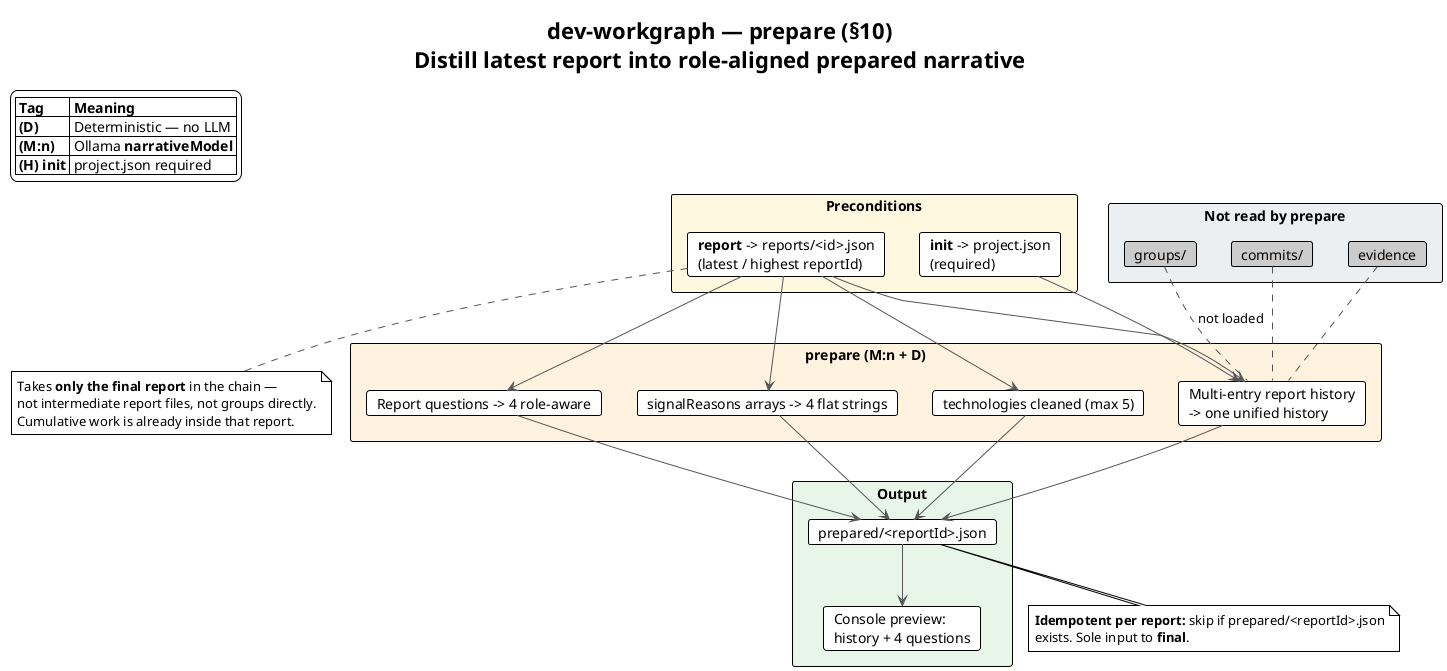
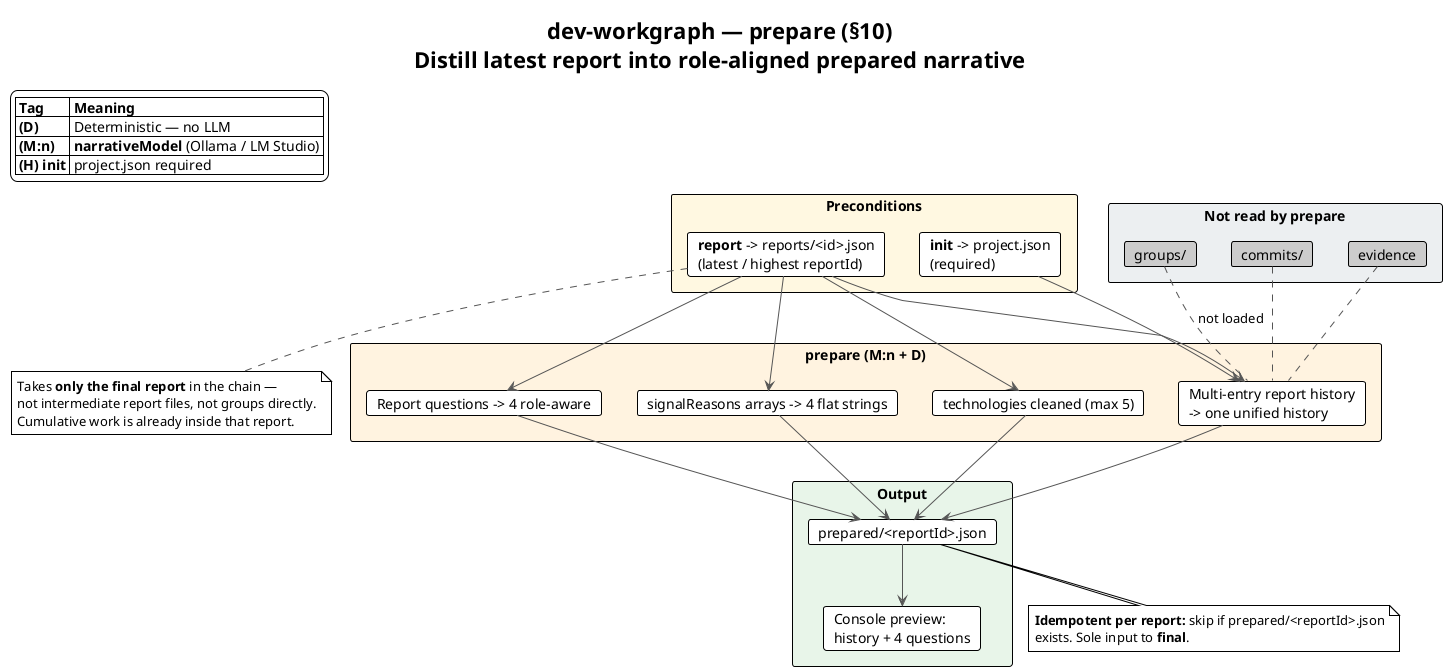
@startuml prepare-overview
!theme plain
skinparam shadowing false
skinparam ArrowColor #555555

title dev-workgraph — **prepare** (§10)\nDistill **latest report** into role-aligned prepared narrative

legend top left
  |= Tag |= Meaning |
  | **(D)** | Deterministic — no LLM |
-   | **(M:n)** | Ollama **narrativeModel** |
+   | **(M:n)** | **narrativeModel** (Ollama / LM Studio) |
  | **(H) init** | project.json required |
endlegend

rectangle "**Preconditions**" #FFF8E1 {
  card "**init** -> project.json\n(required)" as INIT
  card "**report** -> reports/<id>.json\n(latest / highest reportId)" as REP
}

rectangle "**Not read by prepare**" #ECEFF1 {
  card "groups/" as G #CCCCCC
  card "commits/" as C #CCCCCC
  card "evidence" as E #CCCCCC
}

rectangle "**prepare (M:n + D)**" #FFF3E0 {
  card "Multi-entry report history\n-> one unified history" as H
  card "Report questions -> 4 role-aware" as Q
  card "signalReasons arrays -> 4 flat strings" as R
  card "technologies cleaned (max 5)" as T
}

rectangle "**Output**" #E8F5E9 {
  card "prepared/<reportId>.json" as OUT
  card "Console preview:\nhistory + 4 questions" as PREV
}

INIT --> H
REP --> H
REP --> Q
REP --> R
REP --> T
H --> OUT
Q --> OUT
R --> OUT
T --> OUT
OUT --> PREV

G .. H : not loaded
C .. H
E .. H

note bottom of REP
  Takes **only the final report** in the chain —
  not intermediate report files, not groups directly.
  Cumulative work is already inside that report.
end note

note bottom of OUT
  **Idempotent per report:** skip if prepared/<reportId>.json
  exists. Sole input to **final**.
end note

@enduml


@startuml prepare-command
!theme plain
skinparam shadowing false
skinparam ActivityBorderColor #888888
skinparam NoteBackgroundColor #FFF3E0

title **prepare** — Full command flow

start

:Require **project.json** (init);\nLoad latest **reports/<reportId>.json**;

if (No report?) then (yes)
  #Pink:Run **report** first;
  stop
else (no)
endif

if (prepared/<reportId>.json exists?) then (yes)
  :Skip (idempotent);
  stop
else (no)
endif

- :Pick **narrativeModel** (Ollama);
+ :Pick **narrativeModel**\n(Ollama / LM Studio);

:Build project context block from init;

partition "**Step 0 (D)** — rawHistory" {
  :Join report.history[].text\nnewline-separated;\n(not stored as final output);
}

partition "**[1/4] Compose history (M:n)**" {
  :Input: rawHistory + report signals + changeTypes\n+ project context;
  :Output: **one unified history** string;\nrole-aligned flowing prose;
}

partition "**[2/4] Clean technologies (M:n)**" {
  if (report.model.technologies non-empty?) then (yes)
    :Dedupe, collapse class hierarchy;\ncap at **5** most significant;
  else (no)
    :Skip;
  endif
}

partition "**[3/4] Collapse reasons (M:n)**" {
  :Input: report signalReasons arrays\n+ composed history;
  :Output: **exactly 4** flat signalReasons strings;\nmerge near-dups, drop upkeep noise;
}

partition "**[4/4] Reframe questions (M:n)**" {
  :Input: composed history + 4 reasons\n+ report.questionsAnalyses\n+ **prior finish Q&A**\n(latestFinish -> sourceQuestions\n+ question files)\n+ project context;
  :Output: **up to 4** new role-aware questions\n(do not repeat prior Q&A);\nre-assess **confidence**;
}

partition "**Copy from report (D)**" {
  :changeTypes, *Signal levels\nunchanged from report.model;
}

:Write prepared/<reportId>.json;

:Console preview: unified history,\ntechnologies, numbered questions;

#LightGreen:Ready for **final**;

stop

@enduml


@startuml prepare-report-link
!theme plain
skinparam shadowing false

title **prepare** <- **report** — what is taken from the final report

rectangle "**Latest report only**" #FFF8E1 {
  card "reports/<reportId>.json\n(highest reportId)" as R
}

rectangle "**Used from report**" #E3F2FD {
  component "history[] — all entry texts\n-> rawHistory (D concat)" as RH
  component "model.technical/architecture/security Signal\n(copied D)" as SIG
  component "model.changeTypes (copied D)" as CT
  component "model.signalReasons arrays\n-> collapsed to 4 (M:n)" as SR
  component "model.questions\n-> reframed to 4 (M:n)" as RQ
  component "model.technologies\n-> cleaned max 5 (M:n)" as RT
  component "model.confidence\n(re-assessed in step 4)" as CONF
  component "groupCount, reportId" as META
}

rectangle "**Dropped / not carried forward**" #ECEFF1 {
  card "report.deterministic" as D #CCCCCC
  card "historySource graph" as HS #CCCCCC
  card "hi/medium/lowContext tiers" as CTX #CCCCCC
  card "mergeCursor, mergedFrom" as MC #CCCCCC
  card "sourceGroups list" as SG #CCCCCC
}

rectangle "**Transformation**" #FFF3E0 {
  card "history[] (many entries)\n-> **one** history string" as ONE
  card "questions (many)\n-> **four** for final Q&A" as FOUR
}

R --> RH
R --> SIG
R --> CT
R --> SR
R --> RQ
R --> RT
R --> META
RH --> ONE
RQ --> FOUR

note bottom of ONE
  Report history stays bounded (mergeCursor compact).
  Prepare **rewrites** all entries into one coherent
  role-aligned narrative — not a mechanical join.
end note

note bottom of D
  Prepared record has **no deterministic layer** —
  interpretation for human review only.
  Provenance: sourceReport file name (no commit hashes).
end note

@enduml


@startuml prepare-steps-detail
!theme plain
skinparam shadowing false
skinparam NoteBackgroundColor #FFFDE7

title **prepare** — processing steps in detail

rectangle "**Inputs**" as IN {
  card "project.json\n(role, story, profile)" as PJ #FFF8E1
  card "latest report.model + history[]" as REP #E3F2FD
  card "finish/ latest + question files\n(prior Q&A via sourceQuestions)" as FIN #FCE4EC
}

rectangle "**Step 0 (D)**" as S0 #E8F5E9 {
  card "rawHistory = join(history[].text, newline)"
}

rectangle "**[1/4] History (M:n)**" as S1 #FFF3E0 {
  card "Single first-person **history**"
  card "Role + story aligned"
  card "De-emphasize routine upkeep"
  card "No overclaiming"
}

rectangle "**[2/4] Technologies (M:n)**" as S2 #FFF3E0 {
  card "Dedupe + canonical names"
  card "Collapse class hierarchy\n(e.g. JS under TS)"
  card "Max **5** significant items"
}

rectangle "**[3/4] signalReasons (M:n)**" as S3 #FFF3E0 {
  card "3 arrays -> **4 flat strings**"
  card "Merge near-duplicates"
  card "Drop minor upkeep reasons"
  card "Grounded in composed history"
}

rectangle "**[4/4] questions (M:n)**" as S4 #FFF3E0 {
  card "Report questionsAnalyses\n+ prior finish Q&A\n(resolve question files)\n-> **up to 4** new"
  card "Role-aware; skip story/README\n+ already-answered threads"
  card "Target what Git cannot know"
  card "**confidence** re-assessed"
}

rectangle "**Copy (D)**" as SC #E8F5E9 {
  card "changeTypes + *Signal levels\nfrom report unchanged"
}

rectangle "**Output PreparedRecord**" as OUT #E1F5FE {
  card "prepared/<reportId>.json"
}

PJ --> S1
PJ --> S3
PJ --> S4
REP --> S0
S0 --> S1
REP --> S2
S1 --> S3
S3 --> S4
REP --> SC
S1 --> OUT
S2 --> OUT
S3 --> OUT
S4 --> OUT
SC --> OUT

@enduml


@startuml prepare-record
!theme plain
skinparam shadowing false
skinparam classBackgroundColor #FAFAFA

title **PreparedRecord** — schema (§10)

class "PreparedRecord" as PR #E1F5FE {
  preparedId = report.reportId
  sourceReport — file name e.g. "1759696393.json"
  groupCount — from report
  model : PreparedModelLayer
}

class "PreparedModelLayer (M:n + D copy)" as MOD #FFF3E0 {
  **history** — single unified narrative (step 1)
  **technologies** — max 5 cleaned (step 2)
  **signalReasons** — exactly 4 strings (step 3)
  **questionsAnalyses** — up to 4 threads (step 4)
  **confidence** — re-assessed (step 4)
  --
  **changeTypes** — copied from report (D)
  technicalSignal / architectureSignal / securitySignal — copied (D)
  --
  provenance { model, generatedAt, sourceReport }
}

class "Not present (vs report)" as ABS #ECEFF1 {
  no deterministic layer
  no historySource / sourceGroups
  no hiContext / mediumContext / lowContext
  no mergeCursor
  **no answers** — Q&A in finish/
}

PR *-- MOD
PR .. ABS

note bottom of MOD
  Human answers are collected in **final** / **deepen**
  and stored on the finish archive + question files —
  **not** on the prepared record (§7).
end note

@enduml


@startuml prepare-to-final
!theme plain
skinparam shadowing false

title **prepare** -> **final** — human-facing handoff

rectangle "**prepare output**" #FFF3E0 {
  card "prepared/<reportId>.json" as P
  card "model.history — Git reconstruction" as H
  card "model.questions x4" as Q
}

rectangle "**Console preview (D)**" as PREV #FFFDE7 {
  card "Print unified history"
  card "Print numbered 4 questions"
}

rectangle "**final (next step)**" #FCE4EC {
  card "Write finish/*.question.json"
  card "Present 4 questions interactively"
  card "Persist answers on finish archive\n(questionId refs + sourceQuestions)"
  card "Refine history with answers (M:n)"
  card "Role Narrative 4 bullets (M:n)"
  card "RECONSTRUCTION.<project>.md"
}

P --> PREV
PREV ..> Q : user sees before final
P --> H
P --> Q
Q --> final

note bottom
  prepare makes **final** transparent — user knows
  exactly which questions will be asked.
  final reads **only** prepared + project.json,
  not report or groups directly.
end note

@enduml


@startuml prepare-sequence
!theme plain
skinparam shadowing false

title Sequence — **prepare**

actor "Developer" as DEV
database "project.json" as PJ
database "reports/<reportId>.json" as RPT
participant "**prepare**" as PRE
- participant "Ollama\nnarrativeModel" as LLM
+ participant "LLM\nnarrativeModel\nOllama | LM Studio" as LLM
database "prepared/<reportId>.json" as OUT

DEV -> PRE : prepare ./repo

PRE -> PJ : loadProjectContext()\n(required)
PRE -> RPT : latestReport()\nhighest reportId

PRE -> PRE : rawHistory = join history[].text (D)

PRE -> LLM : [1/4] compose unified history
LLM --> PRE : history string

alt technologies present
  PRE -> LLM : [2/4] clean technologies
  LLM --> PRE : max 5 technologies
end

PRE -> LLM : [3/4] collapse signalReasons -> 4
LLM --> PRE : signalReasons[4]

PRE -> LLM : [4/4] reframe questions + confidence\n(+ prior finish Q&A if any)
LLM --> PRE : questionsAnalyses, confidence

PRE -> PRE : copy changeTypes + signals from report (D)

PRE -> OUT : write PreparedRecord\n(no answers)

PRE --> DEV : console preview\n(history + questions)

@enduml
